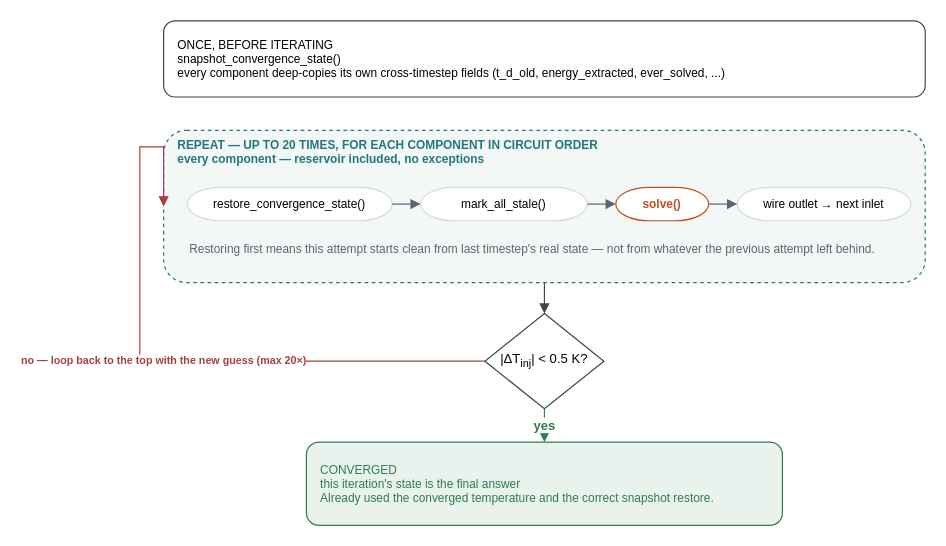
Above: page "Convergence loop" (2 of 2) of docs/archive/diagrams/t_convergence.drawio in GEG-ETHZ/TANGO-core (draw.io), before the change. Source tidied: cells renumbered, new cells numbered last; positions are measured from the earlier drawing's top-left corner, leaving out a move shared by most shapes. Both pictures are drawn from the tidied source at 119%, with x=0, y=0 at pixel (139, 20).
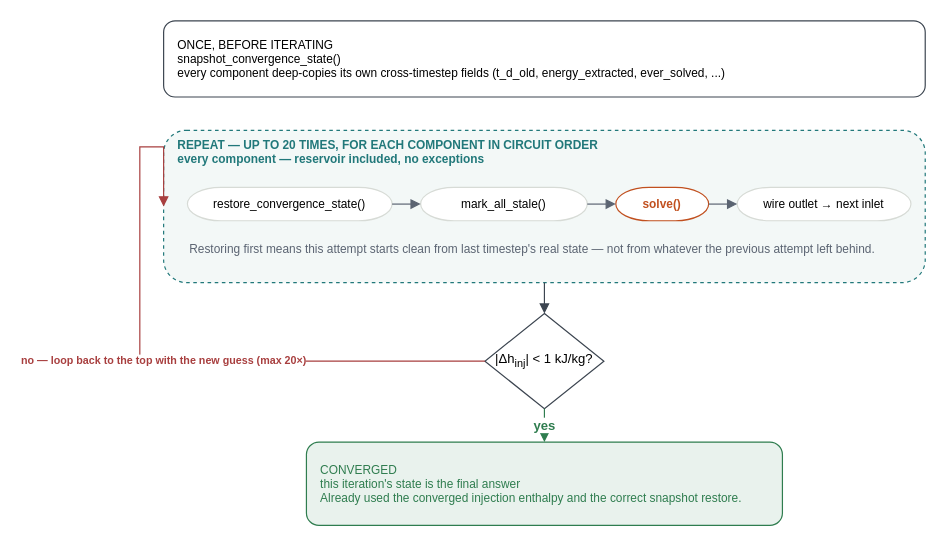
The same diagram, later.

Change to the diagram source:
```diff
@@
 <mxGraphModel>
   <root>
     <mxCell id="0" />
     <mxCell id="1" parent="0" />
     <mxCell id="2" value="ONCE, BEFORE ITERATING&#10;snapshot_convergence_state()&#10;every component deep-copies its own cross-timestep fields (t_d_old, energy_extracted, ever_solved, ...)" style="rounded=1;whiteSpace=wrap;html=1;fillColor=#ffffff;strokeColor=#3C4550;fontSize=10;align=left;spacingLeft=10;" parent="1" vertex="1">
       <mxGeometry x="20" width="640" height="64" as="geometry" />
     </mxCell>
     <mxCell id="3" value="REPEAT — UP TO 20 TIMES, FOR EACH COMPONENT IN CIRCUIT ORDER&#10;every component — reservoir included, no exceptions" style="rounded=1;dashed=1;fillColor=#DCECE9;fillOpacity=35;strokeColor=#21787A;verticalAlign=top;align=left;spacingLeft=10;fontColor=#21787A;fontStyle=1;fontSize=10;" parent="1" vertex="1">
       <mxGeometry x="20" y="92" width="640" height="128" as="geometry" />
     </mxCell>
     <mxCell id="4" value="restore_convergence_state()" style="rounded=1;arcSize=100;whiteSpace=wrap;html=1;fillColor=#ffffff;strokeColor=#D7DBD6;fontSize=10;" parent="1" vertex="1">
       <mxGeometry x="40" y="140" width="172" height="28" as="geometry" />
     </mxCell>
     <mxCell id="5" value="mark_all_stale()" style="rounded=1;arcSize=100;whiteSpace=wrap;html=1;fillColor=#ffffff;strokeColor=#D7DBD6;fontSize=10;" parent="1" vertex="1">
       <mxGeometry x="236" y="140" width="140" height="28" as="geometry" />
     </mxCell>
     <mxCell id="6" value="solve()" style="rounded=1;arcSize=100;whiteSpace=wrap;html=1;fillColor=#ffffff;strokeColor=#C1501F;fontColor=#C1501F;fontStyle=1;fontSize=10;" parent="1" vertex="1">
       <mxGeometry x="400" y="140" width="78" height="28" as="geometry" />
     </mxCell>
     <mxCell id="7" value="wire outlet → next inlet" style="rounded=1;arcSize=100;whiteSpace=wrap;html=1;fillColor=#ffffff;strokeColor=#D7DBD6;fontSize=10;" parent="1" vertex="1">
       <mxGeometry x="502" y="140" width="146" height="28" as="geometry" />
     </mxCell>
     <mxCell id="8" style="edgeStyle=none;rounded=0;strokeColor=#5B6472;html=1;endArrow=block;endFill=1;" parent="1" edge="1" source="4" target="5">
       <mxGeometry relative="1" as="geometry" />
     </mxCell>
     <mxCell id="9" style="edgeStyle=none;rounded=0;strokeColor=#5B6472;html=1;endArrow=block;endFill=1;" parent="1" edge="1" source="5" target="6">
       <mxGeometry relative="1" as="geometry" />
     </mxCell>
     <mxCell id="10" style="edgeStyle=none;rounded=0;strokeColor=#5B6472;html=1;endArrow=block;endFill=1;" parent="1" edge="1" source="6" target="7">
       <mxGeometry relative="1" as="geometry" />
     </mxCell>
     <mxCell id="11" value="Restoring first means this attempt starts clean from last timestep's real state — not from whatever the previous attempt left behind." style="text;html=1;align=left;verticalAlign=top;fontColor=#5B6472;fontSize=10;whiteSpace=wrap;" parent="1" vertex="1">
       <mxGeometry x="40" y="180" width="600" height="30" as="geometry" />
     </mxCell>
-    <mxCell id="12" value="|ΔT&lt;sub&gt;inj&lt;/sub&gt;| &lt; 0.5 K?" style="rhombus;whiteSpace=wrap;html=1;fillColor=#ffffff;strokeColor=#3C4550;fontSize=11;" parent="1" vertex="1">
+    <mxCell id="12" value="|Δh&lt;sub&gt;inj&lt;/sub&gt;| &lt; 1 kJ/kg?" style="rhombus;whiteSpace=wrap;html=1;fillColor=#ffffff;strokeColor=#3C4550;fontSize=11;" parent="1" vertex="1">
       <mxGeometry x="290" y="246" width="100" height="80" as="geometry" />
     </mxCell>
     <mxCell id="13" style="edgeStyle=orthogonalEdgeStyle;rounded=0;strokeColor=#3C4550;html=1;endArrow=block;endFill=1;exitX=0.5;exitY=1;entryX=0.5;entryY=0;" parent="1" edge="1" source="3" target="12">
       <mxGeometry relative="1" as="geometry" />
     </mxCell>
     <mxCell id="14" value="no — loop back to the top with the new guess (max 20×)" style="edgeStyle=orthogonalEdgeStyle;rounded=0;strokeColor=#A83F3F;html=1;endArrow=block;endFill=1;fontColor=#A83F3F;fontStyle=1;fontSize=9;exitX=0;exitY=0.5;entryX=0;entryY=0.5;" parent="1" edge="1" source="12" target="3">
       <mxGeometry relative="1" as="geometry">
         <Array as="points">
           <mxPoint y="286" />
           <mxPoint y="106" />
         </Array>
       </mxGeometry>
     </mxCell>
-    <mxCell id="15" value="CONVERGED&#10;this iteration's state is the final answer&#10;Already used the converged temperature and the correct snapshot restore." style="rounded=1;whiteSpace=wrap;html=1;fillColor=#2F7D4F;fillOpacity=10;strokeColor=#2F7D4F;fontColor=#2F7D4F;fontSize=10;align=left;spacingLeft=10;" parent="1" vertex="1">
+    <mxCell id="15" value="CONVERGED&#10;this iteration's state is the final answer&#10;Already used the converged injection enthalpy and the correct snapshot restore." style="rounded=1;whiteSpace=wrap;html=1;fillColor=#2F7D4F;fillOpacity=10;strokeColor=#2F7D4F;fontColor=#2F7D4F;fontSize=10;align=left;spacingLeft=10;" parent="1" vertex="1">
       <mxGeometry x="140" y="354" width="400" height="70" as="geometry" />
     </mxCell>
     <mxCell id="16" value="yes" style="edgeStyle=orthogonalEdgeStyle;rounded=0;strokeColor=#2F7D4F;html=1;endArrow=block;endFill=1;fontColor=#2F7D4F;fontStyle=1;exitX=0.5;exitY=1;entryX=0.5;entryY=0;" parent="1" edge="1" source="12" target="15">
       <mxGeometry relative="1" as="geometry" />
     </mxCell>
   </root>
 </mxGraphModel>
```
